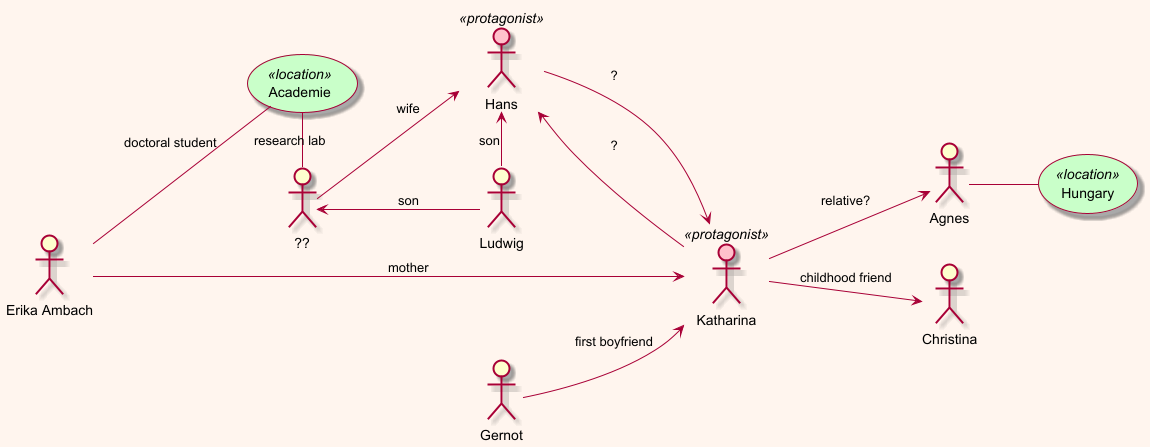
This is Kairos/kairos.png from olek3/reading, a PlantUML export, as it was before one commit.
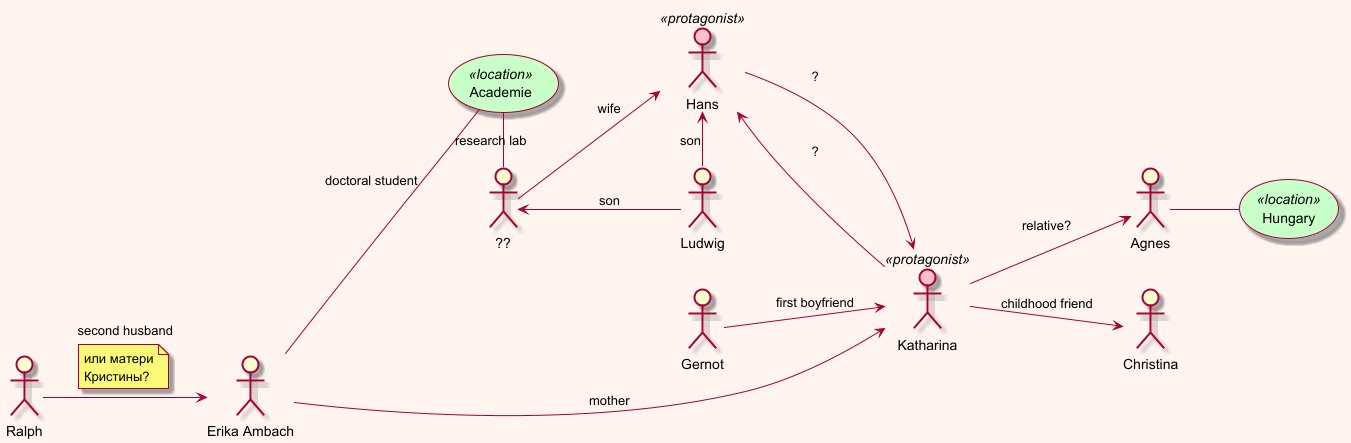
The same diagram one commit later.

Commit message:
Ralph on diagram

Change to the diagram source:
```diff
@@ -43,4 +43,6 @@
 
 kat --> :Christina: : childhood friend
 
+:Ralph: --> erika : second husband
+note on link : или матери Кристины?
 @enduml
```
